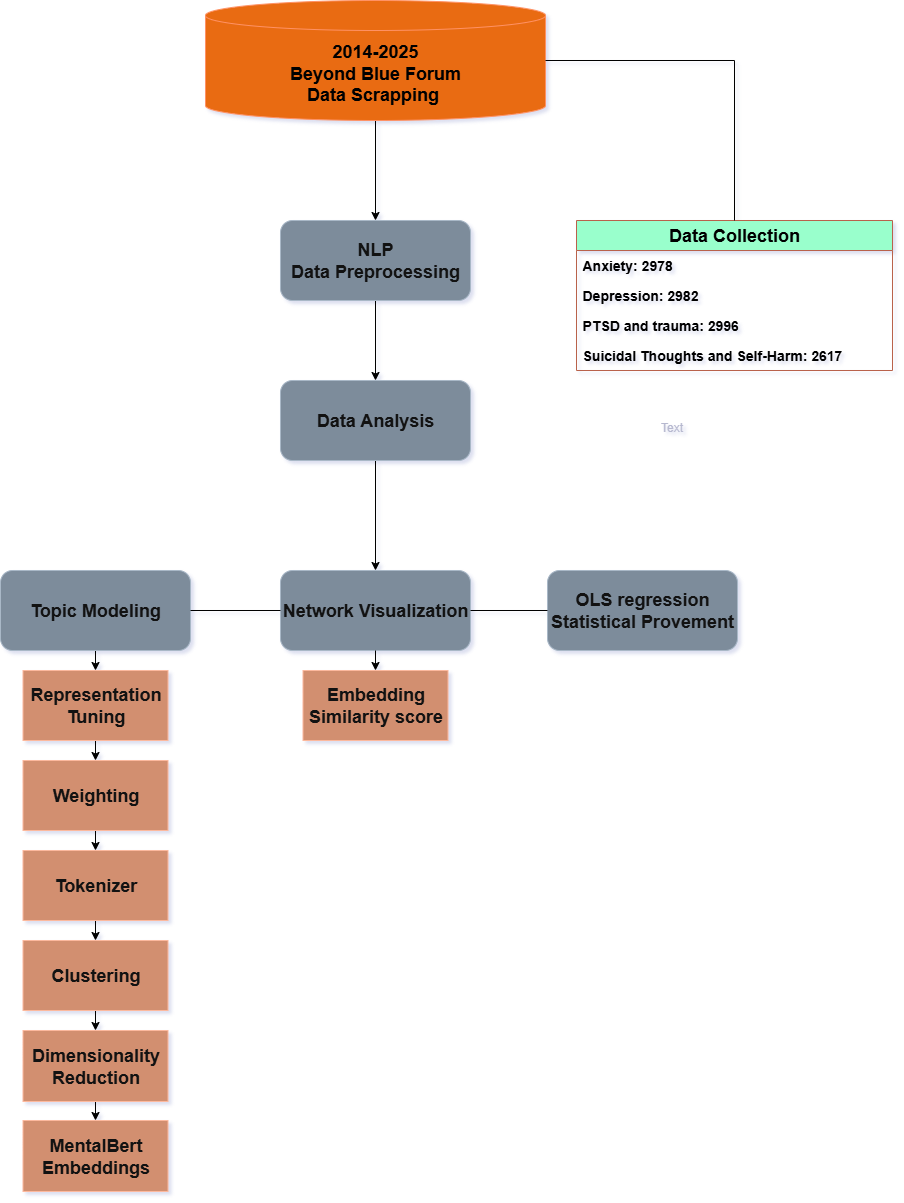
Earlier version of the draw.io export pic/project flowchart.drawio.png (Rainman4301/LLM_NetworkMoel_MentalHealth). Source tidied: cells renumbered, new cells last; positions are measured from the earlier drawing's top-left corner, leaving out a move shared by most shapes. Source of this version:
```xml
<mxGraphModel background="light-dark(#FFFFFF,#FFFFFF)" shadow="1">
  <root>
    <mxCell id="0" />
    <mxCell id="1" parent="0" />
    <mxCell id="2" style="edgeStyle=orthogonalEdgeStyle;rounded=0;jettySize=auto;html=1;strokeColor=light-dark(#000000,#000000);" parent="1" edge="1" source="3" target="5">
      <mxGeometry relative="1" as="geometry" />
    </mxCell>
    <mxCell id="3" value="&lt;div&gt;&lt;font style=&quot;font-size: 18px; color: light-dark(rgb(0, 0, 0), rgb(0, 0, 0));&quot;&gt;&lt;b&gt;2014-2025&lt;/b&gt;&lt;/font&gt;&lt;/div&gt;&lt;div&gt;&lt;font style=&quot;font-size: 18px; color: light-dark(rgb(0, 0, 0), rgb(0, 0, 0));&quot;&gt;&lt;b&gt;Beyond Blue Forum&lt;/b&gt;&lt;/font&gt;&lt;/div&gt;&lt;font style=&quot;font-size: 18px; color: light-dark(rgb(0, 0, 0), rgb(0, 0, 0));&quot;&gt;&lt;b&gt;Data Scrapping&amp;nbsp;&lt;/b&gt;&lt;/font&gt;" style="shape=cylinder3;whiteSpace=wrap;html=1;boundedLbl=1;backgroundOutline=1;size=15;fillColor=#fa6800;fontColor=#000000;strokeColor=#C73500;" parent="1" vertex="1">
      <mxGeometry x="205" width="340" height="120" as="geometry" />
    </mxCell>
    <mxCell id="4" style="edgeStyle=orthogonalEdgeStyle;rounded=0;jettySize=auto;html=1;exitX=0.5;exitY=1;exitDx=0;exitDy=0;entryX=0.5;entryY=0;entryDx=0;entryDy=0;strokeColor=light-dark(#000000,#000000);" parent="1" edge="1" source="5" target="7">
      <mxGeometry relative="1" as="geometry" />
    </mxCell>
    <mxCell id="5" value="&lt;font style=&quot;font-size: 18px;&quot;&gt;&lt;b&gt;NLP&lt;/b&gt;&lt;/font&gt;&lt;div&gt;&lt;font style=&quot;font-size: 18px;&quot;&gt;&lt;b&gt;Data Preprocessing&lt;/b&gt;&lt;/font&gt;&lt;/div&gt;" style="rounded=1;whiteSpace=wrap;html=1;fillColor=#647687;fontColor=#ffffff;strokeColor=#314354;" parent="1" vertex="1">
      <mxGeometry x="280" y="220" width="190" height="80" as="geometry" />
    </mxCell>
    <mxCell id="6" style="edgeStyle=orthogonalEdgeStyle;rounded=0;jettySize=auto;html=1;exitX=0.5;exitY=1;exitDx=0;exitDy=0;entryX=0.5;entryY=0;entryDx=0;entryDy=0;strokeColor=light-dark(#000000,#000000);" parent="1" edge="1" source="7" target="10">
      <mxGeometry relative="1" as="geometry" />
    </mxCell>
    <mxCell id="7" value="&lt;span style=&quot;font-size: 18px;&quot;&gt;&lt;b&gt;Data Analysis&lt;/b&gt;&lt;/span&gt;" style="rounded=1;whiteSpace=wrap;html=1;fillColor=#647687;fontColor=#ffffff;strokeColor=#314354;" parent="1" vertex="1">
      <mxGeometry x="280" y="380" width="190" height="80" as="geometry" />
    </mxCell>
    <mxCell id="8" style="edgeStyle=orthogonalEdgeStyle;rounded=0;jettySize=auto;html=1;exitX=0.5;exitY=1;exitDx=0;exitDy=0;entryX=0.5;entryY=0;entryDx=0;entryDy=0;strokeColor=light-dark(#000000,#000000);" parent="1" edge="1" source="9" target="13">
      <mxGeometry relative="1" as="geometry" />
    </mxCell>
    <mxCell id="9" value="&lt;span style=&quot;font-size: 18px;&quot;&gt;&lt;b&gt;Topic Modeling&lt;/b&gt;&lt;/span&gt;" style="rounded=1;whiteSpace=wrap;html=1;fillColor=#647687;fontColor=#ffffff;strokeColor=#314354;" parent="1" vertex="1">
      <mxGeometry y="570" width="190" height="80" as="geometry" />
    </mxCell>
    <mxCell id="10" value="&lt;div&gt;&lt;b style=&quot;font-size: 18px; background-color: transparent; color: light-dark(rgb(255, 255, 255), rgb(18, 18, 18));&quot;&gt;Network Visualization&lt;/b&gt;&lt;/div&gt;" style="rounded=1;whiteSpace=wrap;html=1;fillColor=#647687;fontColor=#ffffff;strokeColor=#314354;" parent="1" vertex="1">
      <mxGeometry x="280" y="570" width="190" height="80" as="geometry" />
    </mxCell>
    <mxCell id="11" value="&lt;span style=&quot;&quot; lang=&quot;EN-US&quot;&gt;&lt;font face=&quot;Helvetica&quot; style=&quot;font-size: 18px;&quot;&gt;&lt;b style=&quot;&quot;&gt;OLS regression&lt;/b&gt;&lt;/font&gt;&lt;/span&gt;&lt;span style=&quot;font-weight: bold; font-size: 18px;&quot;&gt;&lt;br&gt;Statistical Provement&lt;/span&gt;" style="rounded=1;whiteSpace=wrap;html=1;fillColor=#647687;fontColor=#ffffff;strokeColor=#314354;" parent="1" vertex="1">
      <mxGeometry x="547" y="570" width="190" height="80" as="geometry" />
    </mxCell>
    <mxCell id="12" style="edgeStyle=orthogonalEdgeStyle;rounded=0;jettySize=auto;html=1;exitX=0.5;exitY=1;exitDx=0;exitDy=0;entryX=0.5;entryY=0;entryDx=0;entryDy=0;strokeColor=light-dark(#000000,#000000);" parent="1" edge="1" source="13" target="15">
      <mxGeometry relative="1" as="geometry" />
    </mxCell>
    <mxCell id="13" value="&lt;b&gt;&lt;font style=&quot;font-size: 18px;&quot;&gt;Representation Tuning&lt;/font&gt;&lt;/b&gt;" style="rounded=0;whiteSpace=wrap;html=1;fillColor=#a0522d;strokeColor=#6D1F00;fontColor=#ffffff;" parent="1" vertex="1">
      <mxGeometry x="22.5" y="670" width="145" height="70" as="geometry" />
    </mxCell>
    <mxCell id="14" style="edgeStyle=orthogonalEdgeStyle;rounded=0;jettySize=auto;html=1;exitX=0.5;exitY=1;exitDx=0;exitDy=0;entryX=0.5;entryY=0;entryDx=0;entryDy=0;strokeColor=light-dark(#000000,#000000);" parent="1" edge="1" source="15" target="17">
      <mxGeometry relative="1" as="geometry" />
    </mxCell>
    <mxCell id="15" value="&lt;b&gt;&lt;font style=&quot;font-size: 18px;&quot;&gt;Weighting&lt;/font&gt;&lt;/b&gt;&lt;span style=&quot;color: rgba(0, 0, 0, 0); font-family: monospace; font-size: 0px; text-align: start; text-wrap-mode: nowrap;&quot;&gt;%3CmxGraphModel%3E%3Croot%3E%3CmxCell%20id%3D%220%22%2F%3E%3CmxCell%20id%3D%221%22%20parent%3D%220%22%2F%3E%3CmxCell%20id%3D%222%22%20value%3D%22%26lt%3Bb%26gt%3BRepresentation%20Tuning%26lt%3B%2Fb%26gt%3B%22%20style%3D%22rounded%3D0%3BwhiteSpace%3Dwrap%3Bhtml%3D1%3BfillColor%3D%23647687%3BstrokeColor%3D%23314354%3BfontColor%3D%23ffffff%3B%22%20vertex%3D%221%22%20parent%3D%221%22%3E%3CmxGeometry%20x%3D%22115%22%20y%3D%22880%22%20width%3D%22120%22%20height%3D%2260%22%20as%3D%22geometry%22%2F%3E%3C%2FmxCell%3E%3C%2Froot%3E%3C%2FmxGraphModel%3E&lt;/span&gt;" style="rounded=0;whiteSpace=wrap;html=1;fillColor=#a0522d;strokeColor=#6D1F00;fontColor=#ffffff;" parent="1" vertex="1">
      <mxGeometry x="22.5" y="760" width="145" height="70" as="geometry" />
    </mxCell>
    <mxCell id="16" style="edgeStyle=orthogonalEdgeStyle;rounded=0;jettySize=auto;html=1;exitX=0.5;exitY=1;exitDx=0;exitDy=0;entryX=0.5;entryY=0;entryDx=0;entryDy=0;strokeColor=light-dark(#000000,#000000);" parent="1" edge="1" source="17" target="19">
      <mxGeometry relative="1" as="geometry" />
    </mxCell>
    <mxCell id="17" value="&lt;b&gt;&lt;font style=&quot;font-size: 18px;&quot;&gt;Tokenizer&lt;/font&gt;&lt;/b&gt;" style="rounded=0;whiteSpace=wrap;html=1;fillColor=#a0522d;strokeColor=#6D1F00;fontColor=#ffffff;" parent="1" vertex="1">
      <mxGeometry x="22.5" y="850" width="145" height="70" as="geometry" />
    </mxCell>
    <mxCell id="18" style="edgeStyle=orthogonalEdgeStyle;rounded=0;jettySize=auto;html=1;exitX=0.5;exitY=1;exitDx=0;exitDy=0;entryX=0.5;entryY=0;entryDx=0;entryDy=0;strokeColor=light-dark(#000000,#000000);" parent="1" edge="1" source="19" target="21">
      <mxGeometry relative="1" as="geometry" />
    </mxCell>
    <mxCell id="19" value="&lt;b&gt;&lt;font style=&quot;font-size: 18px;&quot;&gt;Clustering&lt;/font&gt;&lt;/b&gt;" style="rounded=0;whiteSpace=wrap;html=1;fillColor=#a0522d;strokeColor=#6D1F00;fontColor=#ffffff;" parent="1" vertex="1">
      <mxGeometry x="22.5" y="940" width="145" height="70" as="geometry" />
    </mxCell>
    <mxCell id="20" style="edgeStyle=orthogonalEdgeStyle;rounded=0;jettySize=auto;html=1;exitX=0.5;exitY=1;exitDx=0;exitDy=0;entryX=0.5;entryY=0;entryDx=0;entryDy=0;strokeColor=light-dark(#000000,#000000);" parent="1" edge="1" source="21" target="22">
      <mxGeometry relative="1" as="geometry" />
    </mxCell>
    <mxCell id="21" value="&lt;b&gt;&lt;font style=&quot;font-size: 18px;&quot;&gt;Dimensionality&lt;/font&gt;&lt;/b&gt;&lt;div&gt;&lt;b&gt;&lt;font style=&quot;font-size: 18px;&quot;&gt;Reduction&lt;/font&gt;&lt;/b&gt;&lt;/div&gt;" style="rounded=0;whiteSpace=wrap;html=1;fillColor=#a0522d;strokeColor=#6D1F00;fontColor=#ffffff;" parent="1" vertex="1">
      <mxGeometry x="22.5" y="1030" width="145" height="71" as="geometry" />
    </mxCell>
    <mxCell id="22" value="&lt;b&gt;&lt;font style=&quot;font-size: 18px;&quot;&gt;MentalBert&lt;/font&gt;&lt;/b&gt;&lt;div&gt;&lt;b&gt;&lt;font style=&quot;font-size: 18px;&quot;&gt;Embeddings&lt;/font&gt;&lt;/b&gt;&lt;/div&gt;" style="rounded=0;whiteSpace=wrap;html=1;fillColor=#a0522d;strokeColor=#6D1F00;fontColor=#ffffff;" parent="1" vertex="1">
      <mxGeometry x="22.5" y="1120" width="145" height="71" as="geometry" />
    </mxCell>
    <mxCell id="23" style="endArrow=none;html=1;rounded=0;entryX=0;entryY=0.5;entryDx=0;entryDy=0;exitX=1;exitY=0.5;exitDx=0;exitDy=0;strokeColor=light-dark(#000000,#000000);" parent="1" edge="1" source="10" target="11">
      <mxGeometry relative="1" as="geometry" />
    </mxCell>
    <mxCell id="24" style="endArrow=none;html=1;rounded=0;entryX=0;entryY=0.5;entryDx=0;entryDy=0;exitX=1;exitY=0.5;exitDx=0;exitDy=0;strokeColor=light-dark(#000000,#000000);" parent="1" edge="1" source="9" target="10">
      <mxGeometry relative="1" as="geometry" />
    </mxCell>
    <mxCell id="25" value="Text" style="text;html=1;align=center;verticalAlign=middle;strokeColor=none;fillColor=none;fontColor=#393C56;" parent="1" vertex="1">
      <mxGeometry x="651" y="414" width="40" height="26" as="geometry" />
    </mxCell>
    <mxCell id="26" value="&lt;span style=&quot;font-size: 18px; font-weight: 700;&quot;&gt;Data Collection&lt;/span&gt;" style="swimlane;fontStyle=0;horizontal=1;startSize=30;whiteSpace=wrap;html=1;strokeColor=#E07A5F;fontColor=light-dark(#000000,#000000);fillColor=light-dark(#F2CC8F,#99FFCC);labelBackgroundColor=none;labelBorderColor=none;textShadow=0;" parent="1" vertex="1">
      <mxGeometry x="576" y="220" width="316" height="150" as="geometry" />
    </mxCell>
    <mxCell id="27" value="&lt;font style=&quot;color: light-dark(rgb(0, 0, 0), rgb(0, 0, 0)); font-size: 14px;&quot;&gt;&lt;b style=&quot;&quot;&gt;Anxiety: 2978&lt;/b&gt;&lt;/font&gt;" style="text;strokeColor=none;fillColor=none;align=left;verticalAlign=middle;spacingLeft=4;spacingRight=4;overflow=hidden;whiteSpace=wrap;html=1;fontColor=#393C56;" parent="26" vertex="1">
      <mxGeometry y="30" width="316" height="30" as="geometry" />
    </mxCell>
    <mxCell id="28" value="&lt;span&gt;&lt;font style=&quot;color: light-dark(rgb(0, 0, 0), rgb(0, 0, 0)); font-size: 14px;&quot;&gt;&lt;b style=&quot;&quot;&gt;Depression: 2982&lt;/b&gt;&lt;/font&gt;&lt;/span&gt;" style="text;strokeColor=none;fillColor=none;align=left;verticalAlign=middle;spacingLeft=4;spacingRight=4;overflow=hidden;whiteSpace=wrap;html=1;fontColor=#393C56;" parent="26" vertex="1">
      <mxGeometry y="60" width="316" height="30" as="geometry" />
    </mxCell>
    <mxCell id="29" value="&lt;span&gt;&lt;font style=&quot;color: light-dark(rgb(0, 0, 0), rgb(0, 0, 0)); font-size: 14px;&quot;&gt;&lt;b style=&quot;&quot;&gt;PTSD and trauma: 2996&lt;/b&gt;&lt;/font&gt;&lt;/span&gt;" style="text;strokeColor=none;fillColor=none;align=left;verticalAlign=middle;spacingLeft=4;spacingRight=4;overflow=hidden;whiteSpace=wrap;html=1;fontColor=#393C56;" parent="26" vertex="1">
      <mxGeometry y="90" width="316" height="30" as="geometry" />
    </mxCell>
    <mxCell id="30" style="text;strokeColor=none;fillColor=none;align=left;verticalAlign=middle;spacingLeft=4;spacingRight=4;overflow=hidden;whiteSpace=wrap;html=1;fontColor=#393C56;" parent="26" vertex="1">
      <mxGeometry y="120" width="316" height="30" as="geometry" />
    </mxCell>
    <mxCell id="31" value="&lt;b&gt;&lt;font style=&quot;color: light-dark(rgb(0, 0, 0), rgb(0, 0, 0)); font-size: 14px;&quot; face=&quot;Helvetica&quot;&gt;Suicidal Thoughts and Self-Harm: 2617&lt;/font&gt;&lt;/b&gt;" style="text;strokeColor=none;fillColor=none;align=left;verticalAlign=middle;spacingLeft=4;spacingRight=4;overflow=hidden;whiteSpace=wrap;html=1;fontColor=#393C56;" parent="1" vertex="1">
      <mxGeometry x="576" y="340" width="279" height="30" as="geometry" />
    </mxCell>
    <mxCell id="32" style="endArrow=none;html=1;rounded=0;entryX=0.5;entryY=0;entryDx=0;entryDy=0;exitX=1;exitY=0.5;exitDx=0;exitDy=0;strokeColor=light-dark(#000000,#000000);exitPerimeter=0;" parent="1" edge="1" source="3" target="26">
      <mxGeometry relative="1" as="geometry">
        <Array as="points">
          <mxPoint x="734" y="60" />
        </Array>
      </mxGeometry>
    </mxCell>
    <mxCell id="33" value="&lt;b&gt;&lt;font style=&quot;font-size: 18px;&quot;&gt;Embedding&lt;/font&gt;&lt;/b&gt;&lt;div&gt;&lt;b&gt;&lt;font style=&quot;font-size: 18px;&quot;&gt;Similarity score&lt;/font&gt;&lt;/b&gt;&lt;/div&gt;" style="rounded=0;whiteSpace=wrap;html=1;fillColor=#a0522d;strokeColor=#6D1F00;fontColor=#ffffff;" parent="1" vertex="1">
      <mxGeometry x="302.5" y="670" width="145" height="70" as="geometry" />
    </mxCell>
    <mxCell id="34" style="edgeStyle=orthogonalEdgeStyle;rounded=0;jettySize=auto;html=1;exitX=0.5;exitY=1;exitDx=0;exitDy=0;entryX=0.5;entryY=0;entryDx=0;entryDy=0;strokeColor=light-dark(#000000,#000000);" parent="1" edge="1" source="10" target="33">
      <mxGeometry relative="1" as="geometry" />
    </mxCell>
  </root>
</mxGraphModel>
```
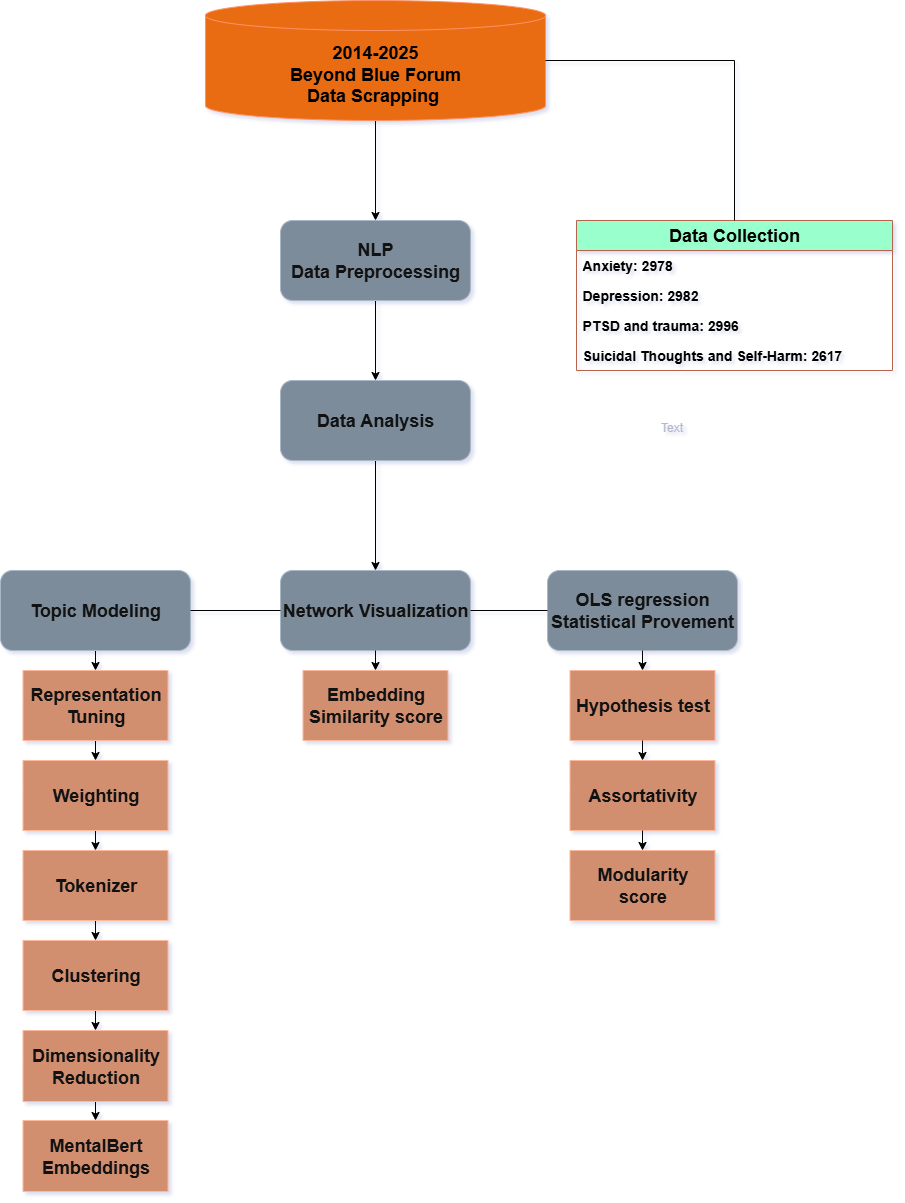
After the change.

What changed in the source:
```diff
@@ -29,6 +29,9 @@
     <mxCell id="10" value="&lt;div&gt;&lt;b style=&quot;font-size: 18px; background-color: transparent; color: light-dark(rgb(255, 255, 255), rgb(18, 18, 18));&quot;&gt;Network Visualization&lt;/b&gt;&lt;/div&gt;" style="rounded=1;whiteSpace=wrap;html=1;fillColor=#647687;fontColor=#ffffff;strokeColor=#314354;" parent="1" vertex="1">
       <mxGeometry x="280" y="570" width="190" height="80" as="geometry" />
     </mxCell>
+    <mxCell id="35" style="edgeStyle=orthogonalEdgeStyle;rounded=0;jettySize=auto;html=1;" parent="1" edge="1" source="11" target="36">
+      <mxGeometry relative="1" as="geometry" />
+    </mxCell>
     <mxCell id="11" value="&lt;span style=&quot;&quot; lang=&quot;EN-US&quot;&gt;&lt;font face=&quot;Helvetica&quot; style=&quot;font-size: 18px;&quot;&gt;&lt;b style=&quot;&quot;&gt;OLS regression&lt;/b&gt;&lt;/font&gt;&lt;/span&gt;&lt;span style=&quot;font-weight: bold; font-size: 18px;&quot;&gt;&lt;br&gt;Statistical Provement&lt;/span&gt;" style="rounded=1;whiteSpace=wrap;html=1;fillColor=#647687;fontColor=#ffffff;strokeColor=#314354;" parent="1" vertex="1">
       <mxGeometry x="547" y="570" width="190" height="80" as="geometry" />
     </mxCell>
@@ -105,5 +108,23 @@
     <mxCell id="34" style="edgeStyle=orthogonalEdgeStyle;rounded=0;jettySize=auto;html=1;exitX=0.5;exitY=1;exitDx=0;exitDy=0;entryX=0.5;entryY=0;entryDx=0;entryDy=0;strokeColor=light-dark(#000000,#000000);" parent="1" edge="1" source="10" target="33">
       <mxGeometry relative="1" as="geometry" />
     </mxCell>
+    <mxCell id="36" value="&lt;span style=&quot;font-size: 18px;&quot;&gt;&lt;b&gt;Hypothesis test&lt;/b&gt;&lt;/span&gt;" style="rounded=0;whiteSpace=wrap;html=1;fillColor=#a0522d;strokeColor=#6D1F00;fontColor=#ffffff;" parent="1" vertex="1">
+      <mxGeometry x="569.5" y="670" width="145" height="70" as="geometry" />
+    </mxCell>
+    <mxCell id="37" style="edgeStyle=orthogonalEdgeStyle;rounded=0;jettySize=auto;html=1;exitX=0.5;exitY=1;exitDx=0;exitDy=0;entryX=0.5;entryY=0;entryDx=0;entryDy=0;strokeColor=light-dark(#000000,#000000);" parent="1" edge="1" source="11" target="36">
+      <mxGeometry relative="1" as="geometry" />
+    </mxCell>
+    <mxCell id="38" value="&lt;span style=&quot;font-size: 18px;&quot;&gt;&lt;b&gt;Assortativity&lt;/b&gt;&lt;/span&gt;" style="rounded=0;whiteSpace=wrap;html=1;fillColor=#a0522d;strokeColor=#6D1F00;fontColor=#ffffff;" parent="1" vertex="1">
+      <mxGeometry x="569.5" y="760" width="145" height="70" as="geometry" />
+    </mxCell>
+    <mxCell id="39" value="&lt;span style=&quot;font-size: 18px;&quot;&gt;&lt;b&gt;Modularity&lt;/b&gt;&lt;/span&gt;&lt;div&gt;&lt;span style=&quot;font-size: 18px;&quot;&gt;&lt;b&gt;score&lt;/b&gt;&lt;/span&gt;&lt;/div&gt;" style="rounded=0;whiteSpace=wrap;html=1;fillColor=#a0522d;strokeColor=#6D1F00;fontColor=#ffffff;" parent="1" vertex="1">
+      <mxGeometry x="569.5" y="850" width="145" height="70" as="geometry" />
+    </mxCell>
+    <mxCell id="40" style="edgeStyle=orthogonalEdgeStyle;rounded=0;jettySize=auto;html=1;exitX=0.5;exitY=1;exitDx=0;exitDy=0;strokeColor=light-dark(#000000,#000000);entryX=0.5;entryY=0;entryDx=0;entryDy=0;" parent="1" edge="1" source="36" target="38">
+      <mxGeometry relative="1" as="geometry" />
+    </mxCell>
+    <mxCell id="41" style="edgeStyle=orthogonalEdgeStyle;rounded=0;jettySize=auto;html=1;exitX=0.5;exitY=1;exitDx=0;exitDy=0;strokeColor=light-dark(#000000,#000000);entryX=0.5;entryY=0;entryDx=0;entryDy=0;" parent="1" edge="1" source="38" target="39">
+      <mxGeometry relative="1" as="geometry" />
+    </mxCell>
   </root>
 </mxGraphModel>
```
